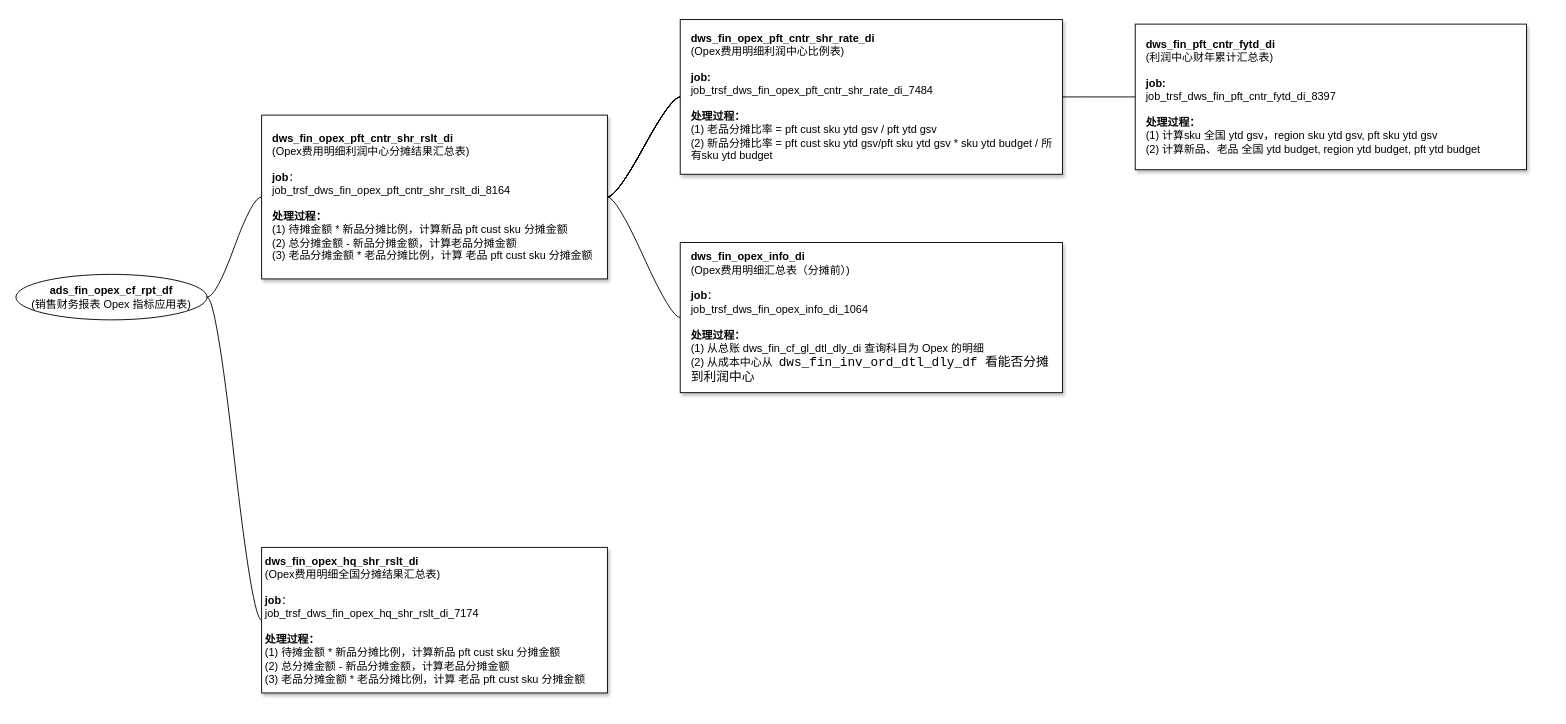
fsJerryChan/fsJerryChan keeps this draw.io diagram as vitasoy-fin-opex.drawio. Above is the earlier version. Source tidied: cells renumbered, new cells numbered last; positions are measured from the earlier drawing's top-left corner, leaving out a move shared by most shapes. Both pictures are drawn from the tidied source at 91%, with x=0, y=0 at pixel (15, 19).
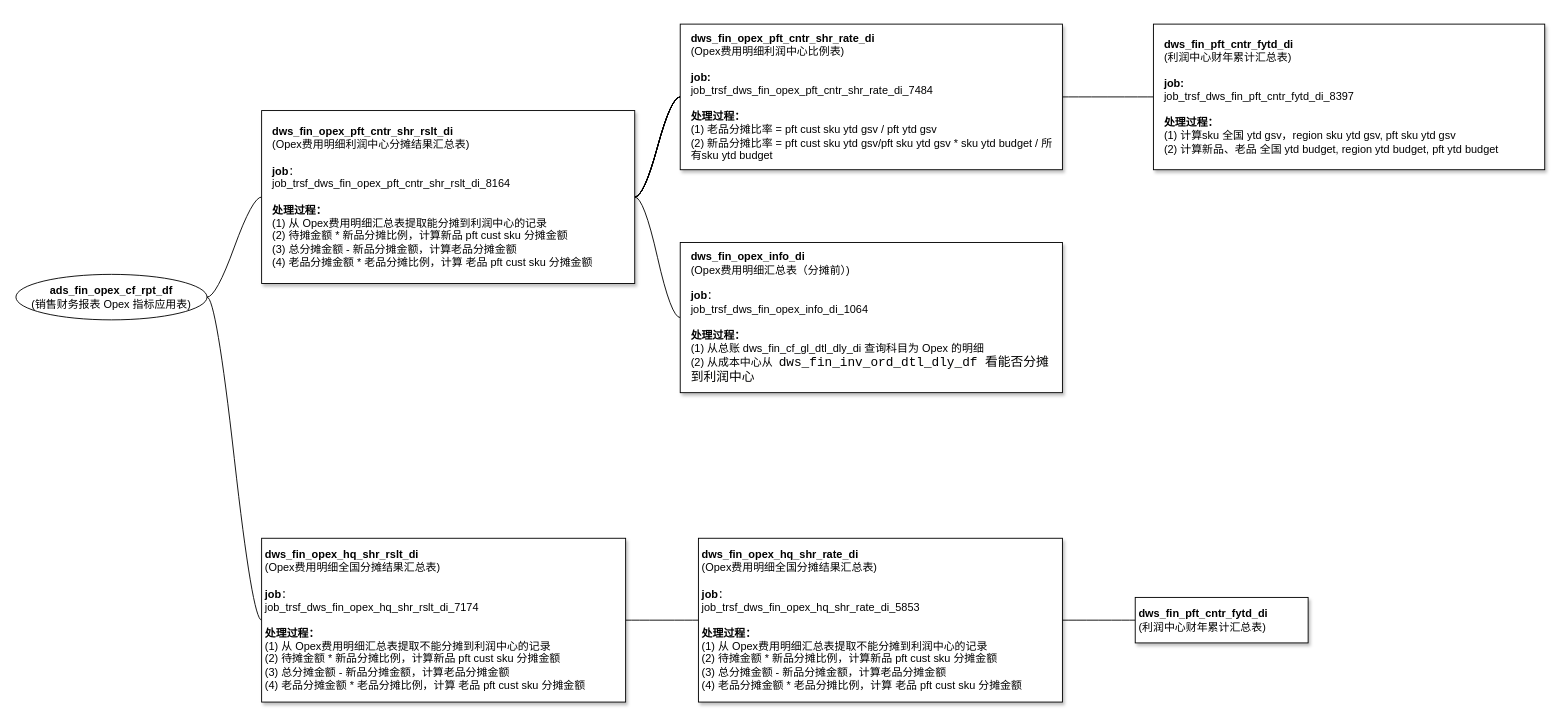
Above is the later version.

The edit, as a diff of the source:
```diff
@@
+    <mxCell id="18" style="edgeStyle=entityRelationEdgeStyle;rounded=0;jettySize=auto;html=1;startArrow=none;endArrow=none;segment=10;curved=1;sourcePerimeterSpacing=0;targetPerimeterSpacing=0;" parent="1" edge="1" source="5" target="20">
+      <mxGeometry relative="1" as="geometry" />
+    </mxCell>
-    <mxCell id="5" value="&lt;b style=&quot;border-color: var(--border-color);&quot;&gt;dws_fin_opex_hq_shr_rslt_di&lt;/b&gt;&lt;br style=&quot;border-color: var(--border-color);&quot;&gt;(Opex费用明细全国分摊结果汇总表)&lt;br style=&quot;border-color: var(--border-color);&quot;&gt;&lt;br style=&quot;border-color: var(--border-color);&quot;&gt;&lt;b style=&quot;border-color: var(--border-color);&quot;&gt;job&lt;/b&gt;&lt;span style=&quot;border-color: var(--border-color);&quot;&gt;：&lt;/span&gt;&lt;br style=&quot;border-color: var(--border-color);&quot;&gt;&lt;span style=&quot;border-color: var(--border-color);&quot;&gt;job_trsf_dws_fin_opex_hq_shr_rslt_di_7174&lt;/span&gt;&lt;br style=&quot;border-color: var(--border-color);&quot;&gt;&lt;br style=&quot;border-color: var(--border-color);&quot;&gt;&lt;b style=&quot;border-color: var(--border-color);&quot;&gt;处理过程：&lt;/b&gt;&lt;br style=&quot;border-color: var(--border-color);&quot;&gt;&lt;span style=&quot;border-color: var(--border-color);&quot;&gt;(1) 待摊金额 * 新品分摊比例，计算新品 pft cust sku 分摊金额&lt;/span&gt;&lt;br style=&quot;border-color: var(--border-color);&quot;&gt;&lt;span style=&quot;border-color: var(--border-color);&quot;&gt;(2) 总分摊金额 - 新品分摊金额，计算老品分摊金额&lt;/span&gt;&lt;br style=&quot;border-color: var(--border-color);&quot;&gt;&lt;span style=&quot;border-color: var(--border-color);&quot;&gt;(3) 老品分摊金额 * 老品分摊比例，计算 老品 pft cust sku 分摊金额&lt;/span&gt;" style="whiteSpace=wrap;html=1;rounded=0;arcSize=50;align=left;verticalAlign=middle;strokeWidth=1;spacing=4;newEdgeStyle={&quot;edgeStyle&quot;:&quot;entityRelationEdgeStyle&quot;,&quot;startArrow&quot;:&quot;none&quot;,&quot;endArrow&quot;:&quot;none&quot;,&quot;segment&quot;:10,&quot;curved&quot;:1,&quot;sourcePerimeterSpacing&quot;:0,&quot;targetPerimeterSpacing&quot;:0};shadow=1;glass=0;" parent="1" vertex="1">
-      <mxGeometry x="270" y="580" width="380" height="160" as="geometry" />
+    <mxCell id="5" value="&lt;b style=&quot;border-color: var(--border-color);&quot;&gt;dws_fin_opex_hq_shr_rslt_di&lt;/b&gt;&lt;br style=&quot;border-color: var(--border-color);&quot;&gt;(Opex费用明细全国分摊结果汇总表)&lt;br style=&quot;border-color: var(--border-color);&quot;&gt;&lt;br style=&quot;border-color: var(--border-color);&quot;&gt;&lt;b style=&quot;border-color: var(--border-color);&quot;&gt;job&lt;/b&gt;&lt;span style=&quot;border-color: var(--border-color);&quot;&gt;：&lt;/span&gt;&lt;br style=&quot;border-color: var(--border-color);&quot;&gt;&lt;span style=&quot;border-color: var(--border-color);&quot;&gt;job_trsf_dws_fin_opex_hq_shr_rslt_di_7174&lt;/span&gt;&lt;br style=&quot;border-color: var(--border-color);&quot;&gt;&lt;br style=&quot;border-color: var(--border-color);&quot;&gt;&lt;b style=&quot;border-color: var(--border-color);&quot;&gt;处理过程：&lt;br&gt;&lt;/b&gt;(1) 从 Opex费用明细汇总表提取不能分摊到利润中心的记录&lt;br style=&quot;border-color: var(--border-color);&quot;&gt;&lt;span style=&quot;border-color: var(--border-color);&quot;&gt;(2) 待摊金额 * 新品分摊比例，计算新品 pft cust sku 分摊金额&lt;/span&gt;&lt;br style=&quot;border-color: var(--border-color);&quot;&gt;&lt;span style=&quot;border-color: var(--border-color);&quot;&gt;(3) 总分摊金额 - 新品分摊金额，计算老品分摊金额&lt;/span&gt;&lt;br style=&quot;border-color: var(--border-color);&quot;&gt;&lt;span style=&quot;border-color: var(--border-color);&quot;&gt;(4) 老品分摊金额 * 老品分摊比例，计算 老品 pft cust sku 分摊金额&lt;/span&gt;" style="whiteSpace=wrap;html=1;rounded=0;arcSize=50;align=left;verticalAlign=middle;strokeWidth=1;spacing=4;newEdgeStyle={&quot;edgeStyle&quot;:&quot;entityRelationEdgeStyle&quot;,&quot;startArrow&quot;:&quot;none&quot;,&quot;endArrow&quot;:&quot;none&quot;,&quot;segment&quot;:10,&quot;curved&quot;:1,&quot;sourcePerimeterSpacing&quot;:0,&quot;targetPerimeterSpacing&quot;:0};shadow=1;glass=0;" parent="1" vertex="1">
+      <mxGeometry x="270" y="570" width="400" height="180" as="geometry" />
     </mxCell>
@@
-    <mxCell id="13" value="&lt;b style=&quot;border-color: var(--border-color);&quot;&gt;dws_fin_opex_pft_cntr_shr_rslt_di&lt;/b&gt;&lt;br style=&quot;border-color: var(--border-color);&quot;&gt;(Opex费用明细利润中心分摊结果汇总表)&lt;br style=&quot;border-color: var(--border-color);&quot;&gt;&lt;br style=&quot;border-color: var(--border-color);&quot;&gt;&lt;b style=&quot;border-color: var(--border-color);&quot;&gt;job&lt;/b&gt;&lt;span style=&quot;&quot;&gt;：&lt;/span&gt;&lt;br style=&quot;border-color: var(--border-color);&quot;&gt;&lt;span style=&quot;&quot;&gt;job_trsf_dws_fin_opex_pft_cntr_shr_rslt_di_8164&lt;/span&gt;&lt;br style=&quot;border-color: var(--border-color);&quot;&gt;&lt;br style=&quot;border-color: var(--border-color);&quot;&gt;&lt;b style=&quot;border-color: var(--border-color);&quot;&gt;处理过程：&lt;/b&gt;&lt;br style=&quot;border-color: var(--border-color);&quot;&gt;&lt;span style=&quot;&quot;&gt;(1) 待摊金额 * 新品分摊比例，计算新品 pft cust sku 分摊金额&lt;/span&gt;&lt;br style=&quot;border-color: var(--border-color);&quot;&gt;&lt;span style=&quot;&quot;&gt;(2) 总分摊金额 - 新品分摊金额，计算老品分摊金额&lt;/span&gt;&lt;br style=&quot;border-color: var(--border-color);&quot;&gt;&lt;span style=&quot;&quot;&gt;(3) 老品分摊金额 * 老品分摊比例，计算 老品 pft cust sku 分摊金额&lt;/span&gt;" style="whiteSpace=wrap;html=1;rounded=0;arcSize=50;align=left;verticalAlign=middle;strokeWidth=1;spacing=12;newEdgeStyle={&quot;edgeStyle&quot;:&quot;entityRelationEdgeStyle&quot;,&quot;startArrow&quot;:&quot;none&quot;,&quot;endArrow&quot;:&quot;none&quot;,&quot;segment&quot;:10,&quot;curved&quot;:1,&quot;sourcePerimeterSpacing&quot;:0,&quot;targetPerimeterSpacing&quot;:0};shadow=1;glass=0;" parent="1" vertex="1">
-      <mxGeometry x="270" y="105" width="380" height="180" as="geometry" />
+    <mxCell id="13" value="&lt;b style=&quot;border-color: var(--border-color);&quot;&gt;dws_fin_opex_pft_cntr_shr_rslt_di&lt;/b&gt;&lt;br style=&quot;border-color: var(--border-color);&quot;&gt;(Opex费用明细利润中心分摊结果汇总表)&lt;br style=&quot;border-color: var(--border-color);&quot;&gt;&lt;br style=&quot;border-color: var(--border-color);&quot;&gt;&lt;b style=&quot;border-color: var(--border-color);&quot;&gt;job&lt;/b&gt;&lt;span style=&quot;&quot;&gt;：&lt;/span&gt;&lt;br style=&quot;border-color: var(--border-color);&quot;&gt;&lt;span style=&quot;&quot;&gt;job_trsf_dws_fin_opex_pft_cntr_shr_rslt_di_8164&lt;/span&gt;&lt;br style=&quot;border-color: var(--border-color);&quot;&gt;&lt;br style=&quot;border-color: var(--border-color);&quot;&gt;&lt;b style=&quot;border-color: var(--border-color);&quot;&gt;处理过程：&lt;br&gt;&lt;/b&gt;(1) 从 Opex费用明细汇总表提取能分摊到利润中心的记录&lt;br style=&quot;border-color: var(--border-color);&quot;&gt;&lt;span style=&quot;&quot;&gt;(2) 待摊金额 * 新品分摊比例，计算新品 pft cust sku 分摊金额&lt;/span&gt;&lt;br style=&quot;border-color: var(--border-color);&quot;&gt;&lt;span style=&quot;&quot;&gt;(3) 总分摊金额 - 新品分摊金额，计算老品分摊金额&lt;/span&gt;&lt;br style=&quot;border-color: var(--border-color);&quot;&gt;&lt;span style=&quot;&quot;&gt;(4) 老品分摊金额 * 老品分摊比例，计算 老品 pft cust sku 分摊金额&lt;/span&gt;" style="whiteSpace=wrap;html=1;rounded=0;arcSize=50;align=left;verticalAlign=middle;strokeWidth=1;spacing=12;newEdgeStyle={&quot;edgeStyle&quot;:&quot;entityRelationEdgeStyle&quot;,&quot;startArrow&quot;:&quot;none&quot;,&quot;endArrow&quot;:&quot;none&quot;,&quot;segment&quot;:10,&quot;curved&quot;:1,&quot;sourcePerimeterSpacing&quot;:0,&quot;targetPerimeterSpacing&quot;:0};shadow=1;glass=0;" parent="1" vertex="1">
+      <mxGeometry x="270" y="100" width="410" height="190" as="geometry" />
     </mxCell>
@@
     <mxCell id="15" value="&lt;b style=&quot;border-color: var(--border-color);&quot;&gt;dws_fin_opex_pft_cntr_shr_rate_di&lt;/b&gt;&lt;br style=&quot;border-color: var(--border-color);&quot;&gt;(Opex费用明细利润中心比例表)&lt;br style=&quot;border-color: var(--border-color);&quot;&gt;&lt;br style=&quot;border-color: var(--border-color);&quot;&gt;&lt;b style=&quot;border-color: var(--border-color);&quot;&gt;job:&lt;br style=&quot;border-color: var(--border-color);&quot;&gt;&lt;/b&gt;job_trsf_dws_fin_opex_pft_cntr_shr_rate_di_7484&lt;br style=&quot;border-color: var(--border-color);&quot;&gt;&lt;br style=&quot;border-color: var(--border-color);&quot;&gt;&lt;b style=&quot;border-color: var(--border-color);&quot;&gt;处理过程：&lt;/b&gt;&lt;br style=&quot;border-color: var(--border-color);&quot;&gt;(1) 老品分摊比率 = pft cust sku ytd gsv / pft ytd gsv&lt;br style=&quot;border-color: var(--border-color);&quot;&gt;(2) 新品分摊比率 = pft cust sku ytd gsv/pft sku ytd gsv * sku ytd budget / 所有sku ytd budget&amp;nbsp;" style="whiteSpace=wrap;html=1;rounded=0;arcSize=50;align=left;verticalAlign=middle;strokeWidth=1;spacing=12;newEdgeStyle={&quot;edgeStyle&quot;:&quot;entityRelationEdgeStyle&quot;,&quot;startArrow&quot;:&quot;none&quot;,&quot;endArrow&quot;:&quot;none&quot;,&quot;segment&quot;:10,&quot;curved&quot;:1,&quot;sourcePerimeterSpacing&quot;:0,&quot;targetPerimeterSpacing&quot;:0};shadow=1;glass=0;" parent="1" vertex="1">
-      <mxGeometry x="730" width="420" height="170" as="geometry" />
+      <mxGeometry x="730" y="5" width="420" height="160" as="geometry" />
     </mxCell>
     <mxCell id="16" value="&lt;b style=&quot;border-color: var(--border-color);&quot;&gt;dws_fin_pft_cntr_fytd_di&lt;/b&gt;&lt;br style=&quot;border-color: var(--border-color);&quot;&gt;(利润中心财年累计汇总表)&lt;br style=&quot;border-color: var(--border-color);&quot;&gt;&lt;br style=&quot;border-color: var(--border-color);&quot;&gt;&lt;b style=&quot;border-color: var(--border-color);&quot;&gt;job:&lt;br style=&quot;border-color: var(--border-color);&quot;&gt;&lt;/b&gt;job_trsf_dws_fin_pft_cntr_fytd_di_8397&lt;br style=&quot;border-color: var(--border-color);&quot;&gt;&lt;br style=&quot;border-color: var(--border-color);&quot;&gt;&lt;b style=&quot;border-color: var(--border-color);&quot;&gt;处理过程：&lt;/b&gt;&lt;br style=&quot;border-color: var(--border-color);&quot;&gt;(1) 计算sku 全国 ytd gsv，region sku ytd gsv, pft sku ytd gsv&lt;br style=&quot;border-color: var(--border-color);&quot;&gt;(2)&amp;nbsp;计算新品、老品 全国 ytd budget, region ytd budget, pft ytd budget&amp;nbsp;&amp;nbsp;" style="whiteSpace=wrap;html=1;rounded=0;arcSize=50;align=left;verticalAlign=middle;strokeWidth=1;spacing=12;newEdgeStyle={&quot;edgeStyle&quot;:&quot;entityRelationEdgeStyle&quot;,&quot;startArrow&quot;:&quot;none&quot;,&quot;endArrow&quot;:&quot;none&quot;,&quot;segment&quot;:10,&quot;curved&quot;:1,&quot;sourcePerimeterSpacing&quot;:0,&quot;targetPerimeterSpacing&quot;:0};shadow=1;glass=0;" parent="1" vertex="1">
-      <mxGeometry x="1230" y="5" width="430" height="160" as="geometry" />
+      <mxGeometry x="1250" y="5" width="430" height="160" as="geometry" />
     </mxCell>
@@
+    <mxCell id="19" style="edgeStyle=entityRelationEdgeStyle;rounded=0;jettySize=auto;html=1;startArrow=none;endArrow=none;segment=10;curved=1;sourcePerimeterSpacing=0;targetPerimeterSpacing=0;" parent="1" edge="1" source="20" target="21">
+      <mxGeometry relative="1" as="geometry" />
+    </mxCell>
+    <mxCell id="20" value="&lt;b style=&quot;border-color: var(--border-color);&quot;&gt;dws_fin_opex_hq_shr_rate_di&lt;/b&gt;&lt;br style=&quot;border-color: var(--border-color);&quot;&gt;(Opex费用明细全国分摊结果汇总表)&lt;br style=&quot;border-color: var(--border-color);&quot;&gt;&lt;br style=&quot;border-color: var(--border-color);&quot;&gt;&lt;b style=&quot;border-color: var(--border-color);&quot;&gt;job&lt;/b&gt;&lt;span style=&quot;border-color: var(--border-color);&quot;&gt;：&lt;/span&gt;&lt;br style=&quot;border-color: var(--border-color);&quot;&gt;&lt;span style=&quot;border-color: var(--border-color);&quot;&gt;job_trsf_dws_fin_opex_hq_shr_rate_di_5853&lt;/span&gt;&lt;br style=&quot;border-color: var(--border-color);&quot;&gt;&lt;br style=&quot;border-color: var(--border-color);&quot;&gt;&lt;b style=&quot;border-color: var(--border-color);&quot;&gt;处理过程：&lt;br&gt;&lt;/b&gt;(1) 从 Opex费用明细汇总表提取不能分摊到利润中心的记录&lt;br style=&quot;border-color: var(--border-color);&quot;&gt;&lt;span style=&quot;border-color: var(--border-color);&quot;&gt;(2) 待摊金额 * 新品分摊比例，计算新品 pft cust sku 分摊金额&lt;/span&gt;&lt;br style=&quot;border-color: var(--border-color);&quot;&gt;&lt;span style=&quot;border-color: var(--border-color);&quot;&gt;(3) 总分摊金额 - 新品分摊金额，计算老品分摊金额&lt;/span&gt;&lt;br style=&quot;border-color: var(--border-color);&quot;&gt;&lt;span style=&quot;border-color: var(--border-color);&quot;&gt;(4) 老品分摊金额 * 老品分摊比例，计算 老品 pft cust sku 分摊金额&lt;/span&gt;" style="whiteSpace=wrap;html=1;rounded=0;arcSize=50;align=left;verticalAlign=middle;strokeWidth=1;spacing=4;newEdgeStyle={&quot;edgeStyle&quot;:&quot;entityRelationEdgeStyle&quot;,&quot;startArrow&quot;:&quot;none&quot;,&quot;endArrow&quot;:&quot;none&quot;,&quot;segment&quot;:10,&quot;curved&quot;:1,&quot;sourcePerimeterSpacing&quot;:0,&quot;targetPerimeterSpacing&quot;:0};shadow=1;glass=0;" parent="1" vertex="1">
+      <mxGeometry x="750" y="570" width="400" height="180" as="geometry" />
+    </mxCell>
+    <mxCell id="21" value="&lt;b style=&quot;border-color: var(--border-color);&quot;&gt;dws_fin_pft_cntr_fytd_di&lt;/b&gt;&lt;br style=&quot;border-color: var(--border-color);&quot;&gt;(利润中心财年累计汇总表)" style="whiteSpace=wrap;html=1;rounded=0;arcSize=50;align=left;verticalAlign=middle;strokeWidth=1;spacing=4;newEdgeStyle={&quot;edgeStyle&quot;:&quot;entityRelationEdgeStyle&quot;,&quot;startArrow&quot;:&quot;none&quot;,&quot;endArrow&quot;:&quot;none&quot;,&quot;segment&quot;:10,&quot;curved&quot;:1,&quot;sourcePerimeterSpacing&quot;:0,&quot;targetPerimeterSpacing&quot;:0};shadow=1;glass=0;" parent="1" vertex="1">
+      <mxGeometry x="1230" y="635" width="190" height="50" as="geometry" />
+    </mxCell>
```
